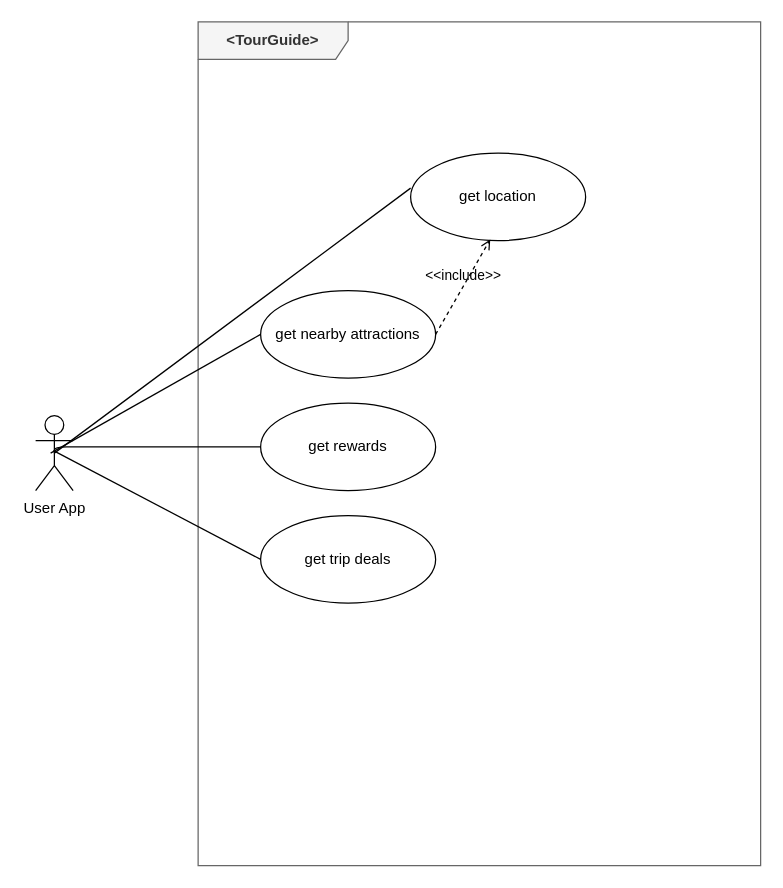
emmo78/JavaPathENProject8Sec keeps this draw.io diagram as page "UseCases" (1 of 5) of UML/UML.drawio. Above is the earlier version. Source tidied: cells renumbered, new cells numbered last; positions are measured from the earlier drawing's top-left corner, leaving out a move shared by most shapes. Both pictures are drawn from the tidied source at 125%, with x=0, y=0 at pixel (35, 21).
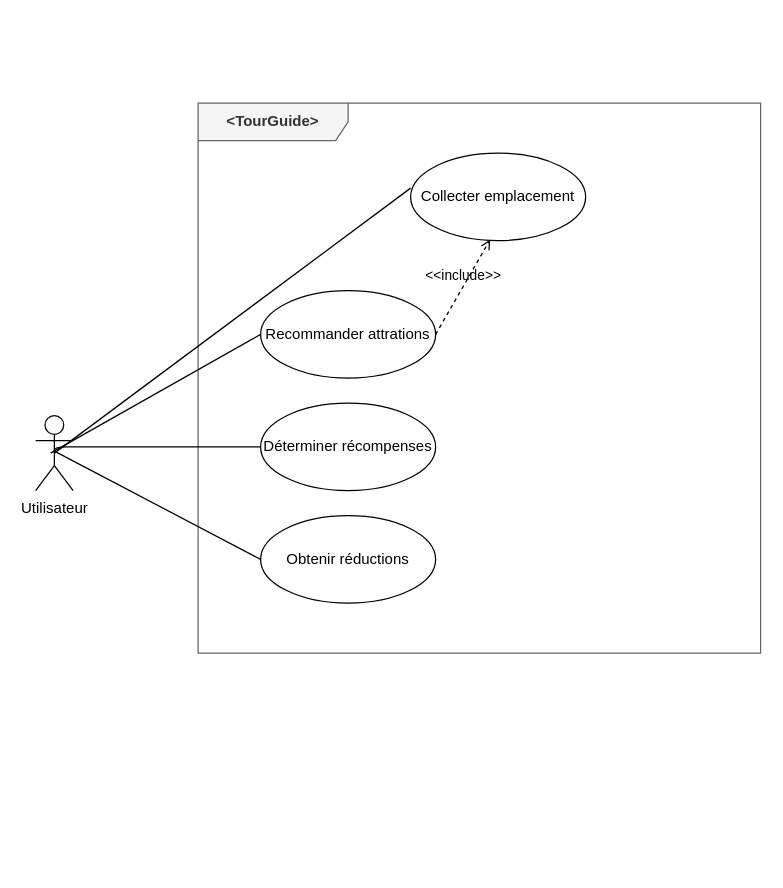
The same diagram, later.

Diff of the diagram source:
```diff
@@
 <mxGraphModel>
   <root>
     <mxCell id="0" />
     <mxCell id="1" parent="0" />
     <mxCell id="2" value="&lt;b&gt;&amp;lt;TourGuide&amp;gt;&lt;/b&gt;" style="shape=umlFrame;whiteSpace=wrap;html=1;width=120;height=30;fillColor=#f5f5f5;strokeColor=#666666;fontColor=#333333;" parent="1" vertex="1">
-      <mxGeometry x="130" width="450" height="675" as="geometry" />
+      <mxGeometry x="130" y="65" width="450" height="440" as="geometry" />
     </mxCell>
-    <mxCell id="3" value="get location" style="ellipse;whiteSpace=wrap;html=1;" parent="1" vertex="1">
+    <mxCell id="3" value="Collecter emplacement" style="ellipse;whiteSpace=wrap;html=1;" parent="1" vertex="1">
       <mxGeometry x="300" y="105" width="140" height="70" as="geometry" />
     </mxCell>
-    <mxCell id="4" value="get nearby attractions" style="ellipse;whiteSpace=wrap;html=1;" parent="1" vertex="1">
+    <mxCell id="4" value="Recommander attrations" style="ellipse;whiteSpace=wrap;html=1;" parent="1" vertex="1">
       <mxGeometry x="180" y="215" width="140" height="70" as="geometry" />
     </mxCell>
-    <mxCell id="5" value="get rewards" style="ellipse;whiteSpace=wrap;html=1;" parent="1" vertex="1">
+    <mxCell id="5" value="Déterminer récompenses" style="ellipse;whiteSpace=wrap;html=1;" parent="1" vertex="1">
       <mxGeometry x="180" y="305" width="140" height="70" as="geometry" />
     </mxCell>
-    <mxCell id="6" value="User App" style="shape=umlActor;verticalLabelPosition=bottom;verticalAlign=top;html=1;" parent="1" vertex="1">
+    <mxCell id="6" value="Utilisateur" style="shape=umlActor;verticalLabelPosition=bottom;verticalAlign=top;html=1;" parent="1" vertex="1">
       <mxGeometry y="315" width="30" height="60" as="geometry" />
     </mxCell>
     <mxCell id="7" style="endArrow=none;html=1;exitX=0.5;exitY=0.5;exitDx=0;exitDy=0;exitPerimeter=0;entryX=0;entryY=0.4;entryDx=0;entryDy=0;entryPerimeter=0;" parent="1" edge="1" source="6" target="3">
       <mxGeometry relative="1" as="geometry" />
     </mxCell>
     <mxCell id="8" style="endArrow=none;html=1;entryX=0;entryY=0.5;entryDx=0;entryDy=0;" parent="1" edge="1" target="4">
       <mxGeometry relative="1" as="geometry">
         <mxPoint x="12" y="345" as="sourcePoint" />
       </mxGeometry>
     </mxCell>
     <mxCell id="9" style="endArrow=none;html=1;edgeStyle=orthogonalEdgeStyle;exitX=0.5;exitY=0.5;exitDx=0;exitDy=0;exitPerimeter=0;" parent="1" edge="1" source="6" target="5">
       <mxGeometry relative="1" as="geometry">
         <Array as="points">
           <mxPoint x="15" y="340" />
         </Array>
       </mxGeometry>
     </mxCell>
     <mxCell id="10" value="&amp;lt;&amp;lt;include&amp;gt;&amp;gt;" style="html=1;verticalAlign=bottom;labelBackgroundColor=none;endArrow=open;endFill=0;dashed=1;strokeWidth=1;exitX=1;exitY=0.5;exitDx=0;exitDy=0;entryX=0.455;entryY=0.986;entryDx=0;entryDy=0;entryPerimeter=0;" parent="1" edge="1" source="4" target="3">
       <mxGeometry relative="1" as="geometry" />
     </mxCell>
-    <mxCell id="11" value="get trip deals" style="ellipse;whiteSpace=wrap;html=1;" parent="1" vertex="1">
+    <mxCell id="11" value="Obtenir réductions" style="ellipse;whiteSpace=wrap;html=1;" parent="1" vertex="1">
       <mxGeometry x="180" y="395" width="140" height="70" as="geometry" />
     </mxCell>
     <mxCell id="12" style="endArrow=none;html=1;exitX=0.475;exitY=0.467;exitDx=0;exitDy=0;exitPerimeter=0;entryX=0;entryY=0.5;entryDx=0;entryDy=0;" parent="1" edge="1" source="6" target="11">
       <mxGeometry relative="1" as="geometry" />
     </mxCell>
   </root>
 </mxGraphModel>
```
